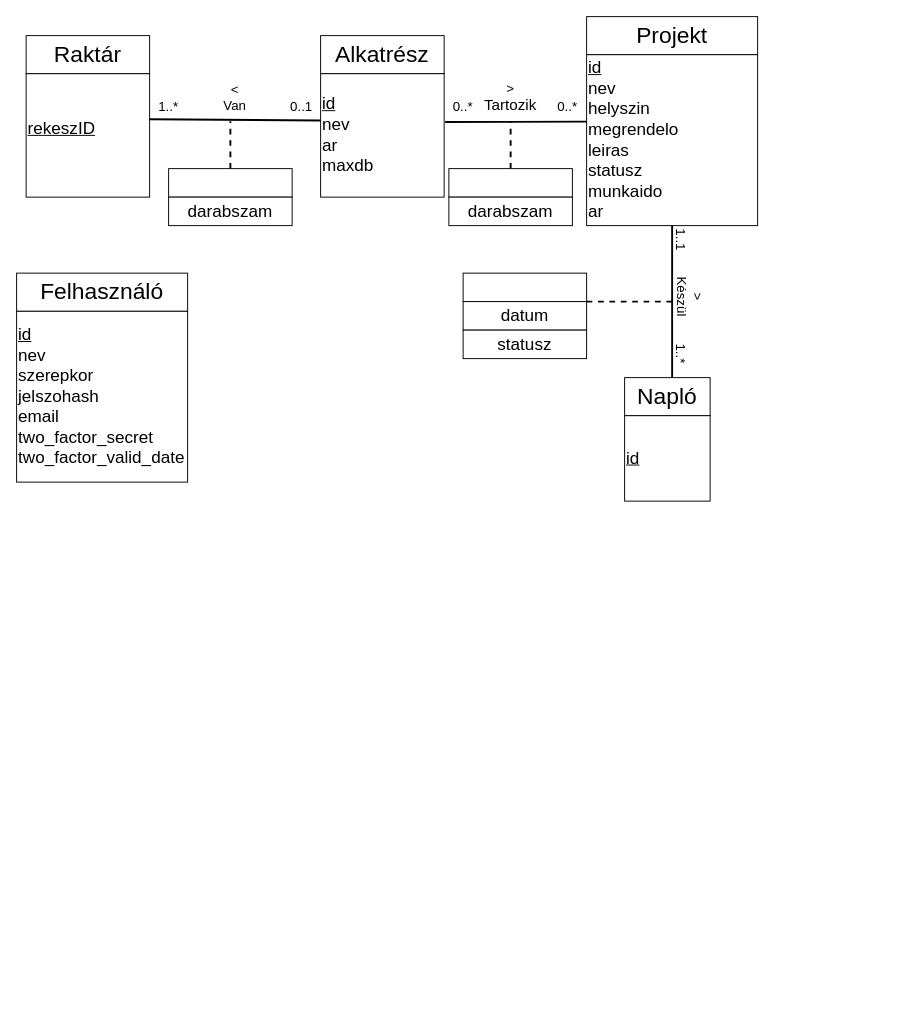
This is Documentation/ermodell.drawio from Sztoner/Beadando2026, a draw.io file, before an edit. Source tidied: cells renumbered, new cells numbered last; positions are measured from the earlier drawing's top-left corner, leaving out a move shared by most shapes. Both pictures are drawn from the tidied source at 95%, with x=0, y=0 at pixel (16, 16).
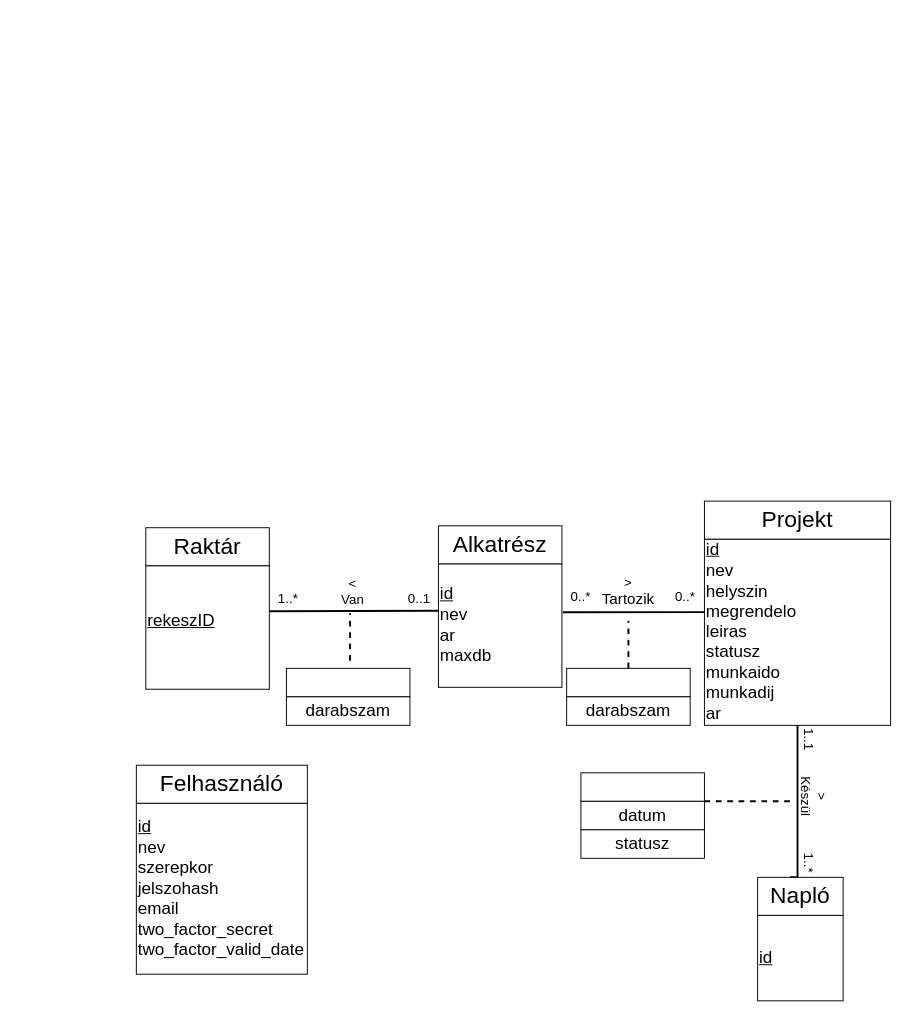
The same diagram, later.

Change to the diagram source:
```diff
@@
     <mxCell id="2" value="&lt;span style=&quot;font-size: 18px;&quot;&gt;&lt;u&gt;rekeszID&lt;/u&gt;&lt;/span&gt;&lt;div&gt;&lt;br&gt;&lt;/div&gt;" style="whiteSpace=wrap;html=1;align=left;" parent="1" vertex="1">
-      <mxGeometry x="10" y="60" width="130" height="130" as="geometry" />
+      <mxGeometry x="136" y="578" width="130" height="130" as="geometry" />
     </mxCell>
     <mxCell id="3" value="&lt;font style=&quot;font-size: 24px;&quot;&gt;Raktár&lt;/font&gt;" style="rounded=0;whiteSpace=wrap;html=1;" parent="1" vertex="1">
-      <mxGeometry x="10" y="20" width="130" height="40" as="geometry" />
+      <mxGeometry x="136" y="538" width="130" height="40" as="geometry" />
     </mxCell>
     <mxCell id="4" value="&lt;div&gt;&lt;span style=&quot;font-size: 18px;&quot;&gt;&lt;u&gt;id&lt;/u&gt;&lt;/span&gt;&lt;/div&gt;&lt;div&gt;&lt;span style=&quot;font-size: 18px;&quot;&gt;nev&lt;/span&gt;&lt;/div&gt;&lt;div&gt;&lt;span style=&quot;font-size: 18px;&quot;&gt;ar&lt;/span&gt;&lt;/div&gt;&lt;div&gt;&lt;span style=&quot;font-size: 18px;&quot;&gt;maxdb&lt;/span&gt;&lt;/div&gt;" style="whiteSpace=wrap;html=1;align=left;" parent="1" vertex="1">
-      <mxGeometry x="320" y="60" width="130" height="130" as="geometry" />
+      <mxGeometry x="444" y="576" width="130" height="130" as="geometry" />
     </mxCell>
     <mxCell id="5" value="&lt;font style=&quot;font-size: 24px;&quot;&gt;Alkatrész&lt;/font&gt;" style="rounded=0;whiteSpace=wrap;html=1;" parent="1" vertex="1">
-      <mxGeometry x="320" y="20" width="130" height="40" as="geometry" />
+      <mxGeometry x="444" y="536" width="130" height="40" as="geometry" />
     </mxCell>
-    <mxCell id="6" value="&lt;div&gt;&lt;span style=&quot;font-size: 18px;&quot;&gt;&lt;u&gt;id&lt;/u&gt;&lt;/span&gt;&lt;/div&gt;&lt;div&gt;&lt;span style=&quot;font-size: 18px;&quot;&gt;nev&lt;/span&gt;&lt;/div&gt;&lt;div&gt;&lt;span style=&quot;font-size: 18px;&quot;&gt;helyszin&lt;/span&gt;&lt;/div&gt;&lt;div&gt;&lt;span style=&quot;font-size: 18px;&quot;&gt;megrendelo&lt;/span&gt;&lt;/div&gt;&lt;div&gt;&lt;span style=&quot;font-size: 18px;&quot;&gt;leiras&lt;/span&gt;&lt;/div&gt;&lt;div&gt;&lt;span style=&quot;font-size: 18px;&quot;&gt;statusz&lt;/span&gt;&lt;/div&gt;&lt;div&gt;&lt;span style=&quot;font-size: 18px;&quot;&gt;munkaido&lt;/span&gt;&lt;/div&gt;&lt;div&gt;&lt;span style=&quot;font-size: 18px;&quot;&gt;ar&lt;/span&gt;&lt;/div&gt;" style="whiteSpace=wrap;html=1;align=left;" parent="1" vertex="1">
-      <mxGeometry x="600" y="40" width="180" height="180" as="geometry" />
-    </mxCell>
+    <mxCell id="34" value="&lt;div&gt;&lt;span style=&quot;font-size: 18px;&quot;&gt;&lt;u&gt;id&lt;/u&gt;&lt;/span&gt;&lt;/div&gt;&lt;div&gt;&lt;span style=&quot;font-size: 18px;&quot;&gt;nev&lt;/span&gt;&lt;/div&gt;&lt;div&gt;&lt;span style=&quot;font-size: 18px;&quot;&gt;helyszin&lt;/span&gt;&lt;/div&gt;&lt;div&gt;&lt;span style=&quot;font-size: 18px;&quot;&gt;megrendelo&lt;/span&gt;&lt;/div&gt;&lt;div&gt;&lt;span style=&quot;font-size: 18px;&quot;&gt;leiras&lt;/span&gt;&lt;/div&gt;&lt;div&gt;&lt;span style=&quot;font-size: 18px;&quot;&gt;statusz&lt;/span&gt;&lt;/div&gt;&lt;div&gt;&lt;span style=&quot;font-size: 18px;&quot;&gt;munkaido&lt;/span&gt;&lt;/div&gt;&lt;div&gt;&lt;span style=&quot;font-size: 18px;&quot;&gt;munkadij&lt;/span&gt;&lt;/div&gt;&lt;div&gt;&lt;span style=&quot;font-size: 18px;&quot;&gt;ar&lt;/span&gt;&lt;/div&gt;" style="whiteSpace=wrap;html=1;align=left;" parent="1" vertex="1">
+      <mxGeometry x="724" y="550" width="196" height="196" as="geometry" />
+    </mxCell>
     <mxCell id="7" value="&lt;span style=&quot;font-size: 24px;&quot;&gt;Projekt&lt;/span&gt;" style="rounded=0;whiteSpace=wrap;html=1;" parent="1" vertex="1">
-      <mxGeometry x="600" width="180" height="40" as="geometry" />
+      <mxGeometry x="724" y="510" width="196" height="40" as="geometry" />
     </mxCell>
@@
     <mxCell id="9" value="&lt;span style=&quot;font-size: 14px;&quot;&gt;&amp;lt;&lt;/span&gt;&lt;div&gt;&lt;span style=&quot;font-size: 14px;&quot;&gt;Van&lt;/span&gt;&lt;/div&gt;" style="text;html=1;align=center;verticalAlign=middle;whiteSpace=wrap;rounded=0;" parent="1" vertex="1">
-      <mxGeometry x="200" y="70" width="60" height="30" as="geometry" />
+      <mxGeometry x="324" y="590" width="60" height="30" as="geometry" />
     </mxCell>
     <mxCell id="10" value="&lt;span style=&quot;font-size: 14px;&quot;&gt;0..1&lt;/span&gt;" style="text;html=1;align=center;verticalAlign=middle;whiteSpace=wrap;rounded=0;" parent="1" vertex="1">
-      <mxGeometry x="270" y="80" width="60" height="30" as="geometry" />
+      <mxGeometry x="394" y="598" width="60" height="30" as="geometry" />
     </mxCell>
     <mxCell id="11" value="&lt;font style=&quot;font-size: 14px;&quot;&gt;1..*&lt;/font&gt;" style="text;html=1;align=center;verticalAlign=middle;whiteSpace=wrap;rounded=0;" parent="1" vertex="1">
-      <mxGeometry x="130" y="80" width="60" height="30" as="geometry" />
+      <mxGeometry x="256" y="598" width="60" height="30" as="geometry" />
     </mxCell>
-    <mxCell id="12" style="endArrow=none;html=1;rounded=0;entryX=0;entryY=0.392;entryDx=0;entryDy=0;entryPerimeter=0;exitX=1.008;exitY=0.392;exitDx=0;exitDy=0;exitPerimeter=0;strokeWidth=2;" parent="1" edge="1" source="4" target="6">
-      <mxGeometry relative="1" as="geometry" />
-    </mxCell>
+    <mxCell id="35" style="endArrow=none;html=1;rounded=0;entryX=0;entryY=0.392;entryDx=0;entryDy=0;entryPerimeter=0;exitX=1.008;exitY=0.392;exitDx=0;exitDy=0;exitPerimeter=0;strokeWidth=2;" parent="1" edge="1" source="4" target="34">
+      <mxGeometry relative="1" as="geometry" />
+    </mxCell>
     <mxCell id="13" value="&lt;font style=&quot;font-size: 14px;&quot;&gt;&amp;gt;&lt;/font&gt;&lt;div&gt;&lt;font size=&quot;3&quot;&gt;Tartozik&lt;/font&gt;&lt;/div&gt;" style="text;html=1;align=center;verticalAlign=middle;whiteSpace=wrap;rounded=0;" parent="1" vertex="1">
-      <mxGeometry x="490" y="70" width="60" height="30" as="geometry" />
+      <mxGeometry x="614" y="590" width="60" height="30" as="geometry" />
     </mxCell>
-    <mxCell id="14" value="&lt;font style=&quot;font-size: 14px;&quot;&gt;0..*&lt;/font&gt;" style="text;html=1;align=center;verticalAlign=middle;whiteSpace=wrap;rounded=0;" parent="1" vertex="1">
-      <mxGeometry x="550" y="80" width="60" height="30" as="geometry" />
-    </mxCell>
-    <mxCell id="15" value="&lt;font style=&quot;font-size: 14px;&quot;&gt;0..*&lt;/font&gt;" style="text;html=1;align=center;verticalAlign=middle;whiteSpace=wrap;rounded=0;" parent="1" vertex="1">
-      <mxGeometry x="440" y="80" width="60" height="30" as="geometry" />
-    </mxCell>
-    <mxCell id="16" style="endArrow=none;dashed=1;html=1;rounded=0;strokeWidth=2;exitX=0.5;exitY=0;exitDx=0;exitDy=0;" parent="1" edge="1" source="17">
-      <mxGeometry relative="1" as="geometry">
-        <mxPoint x="520" y="110" as="targetPoint" />
-      </mxGeometry>
-    </mxCell>
-    <mxCell id="17" style="rounded=0;whiteSpace=wrap;html=1;" parent="1" vertex="1">
-      <mxGeometry x="455" y="160" width="130" height="30" as="geometry" />
-    </mxCell>
-    <mxCell id="18" value="&lt;font style=&quot;font-size: 18px;&quot;&gt;darabszam&lt;/font&gt;" style="rounded=0;whiteSpace=wrap;html=1;" parent="1" vertex="1">
-      <mxGeometry x="455" y="190" width="130" height="30" as="geometry" />
-    </mxCell>
-    <mxCell id="19" style="endArrow=none;dashed=1;html=1;rounded=0;strokeWidth=2;exitX=0.5;exitY=0;exitDx=0;exitDy=0;" parent="1" edge="1" source="20">
-      <mxGeometry relative="1" as="geometry">
-        <mxPoint x="225" y="110" as="targetPoint" />
-      </mxGeometry>
-    </mxCell>
-    <mxCell id="20" style="rounded=0;whiteSpace=wrap;html=1;" parent="1" vertex="1">
-      <mxGeometry x="160" y="160" width="130" height="30" as="geometry" />
-    </mxCell>
-    <mxCell id="21" value="&lt;font style=&quot;font-size: 18px;&quot;&gt;darabszam&lt;/font&gt;" style="rounded=0;whiteSpace=wrap;html=1;" parent="1" vertex="1">
-      <mxGeometry x="160" y="190" width="130" height="30" as="geometry" />
-    </mxCell>
-    <mxCell id="22" style="endArrow=none;html=1;rounded=0;entryX=0.5;entryY=1;entryDx=0;entryDy=0;strokeWidth=2;" parent="1" edge="1" target="6">
-      <mxGeometry relative="1" as="geometry">
-        <mxPoint x="690" y="380" as="sourcePoint" />
-      </mxGeometry>
-    </mxCell>
+    <mxCell id="36" value="&lt;font style=&quot;font-size: 14px;&quot;&gt;0..*&lt;/font&gt;" style="text;html=1;align=center;verticalAlign=middle;whiteSpace=wrap;rounded=0;" parent="1" vertex="1">
+      <mxGeometry x="674" y="596" width="60" height="30" as="geometry" />
+    </mxCell>
+    <mxCell id="37" value="&lt;font style=&quot;font-size: 14px;&quot;&gt;0..*&lt;/font&gt;" style="text;html=1;align=center;verticalAlign=middle;whiteSpace=wrap;rounded=0;" parent="1" vertex="1">
+      <mxGeometry x="564" y="596" width="60" height="30" as="geometry" />
+    </mxCell>
+    <mxCell id="38" style="endArrow=none;dashed=1;html=1;rounded=0;strokeWidth=2;exitX=0.5;exitY=0;exitDx=0;exitDy=0;" parent="1" edge="1" source="39">
+      <mxGeometry relative="1" as="geometry">
+        <mxPoint x="644" y="636" as="targetPoint" />
+      </mxGeometry>
+    </mxCell>
+    <mxCell id="39" style="rounded=0;whiteSpace=wrap;html=1;" parent="1" vertex="1">
+      <mxGeometry x="579" y="686" width="130" height="30" as="geometry" />
+    </mxCell>
+    <mxCell id="40" value="&lt;font style=&quot;font-size: 18px;&quot;&gt;darabszam&lt;/font&gt;" style="rounded=0;whiteSpace=wrap;html=1;" parent="1" vertex="1">
+      <mxGeometry x="579" y="716" width="130" height="30" as="geometry" />
+    </mxCell>
+    <mxCell id="41" style="endArrow=none;dashed=1;html=1;rounded=0;strokeWidth=2;exitX=0.5;exitY=0;exitDx=0;exitDy=0;" parent="1" edge="1">
+      <mxGeometry relative="1" as="geometry">
+        <mxPoint x="351" y="678" as="sourcePoint" />
+        <mxPoint x="351" y="628" as="targetPoint" />
+      </mxGeometry>
+    </mxCell>
+    <mxCell id="42" style="rounded=0;whiteSpace=wrap;html=1;" parent="1" vertex="1">
+      <mxGeometry x="284" y="686" width="130" height="30" as="geometry" />
+    </mxCell>
+    <mxCell id="43" value="&lt;font style=&quot;font-size: 18px;&quot;&gt;darabszam&lt;/font&gt;" style="rounded=0;whiteSpace=wrap;html=1;" parent="1" vertex="1">
+      <mxGeometry x="284" y="716" width="130" height="30" as="geometry" />
+    </mxCell>
+    <mxCell id="44" style="endArrow=none;html=1;rounded=0;entryX=0.5;entryY=1;entryDx=0;entryDy=0;strokeWidth=2;" parent="1" edge="1" target="34">
+      <mxGeometry relative="1" as="geometry">
+        <mxPoint x="814" y="906" as="sourcePoint" />
+        <Array as="points">
+          <mxPoint x="822" y="906" />
+        </Array>
+      </mxGeometry>
+    </mxCell>
     <mxCell id="23" value="&lt;div&gt;&lt;span style=&quot;font-size: 14px;&quot;&gt;&amp;gt;&lt;/span&gt;&lt;/div&gt;&lt;span style=&quot;font-size: 14px;&quot;&gt;Készül&lt;/span&gt;" style="text;html=1;align=center;verticalAlign=middle;whiteSpace=wrap;rounded=0;rotation=90;" parent="1" vertex="1">
-      <mxGeometry x="680" y="280" width="60" height="30" as="geometry" />
+      <mxGeometry x="810" y="806" width="60" height="30" as="geometry" />
     </mxCell>
     <mxCell id="24" value="&lt;span style=&quot;font-size: 14px;&quot;&gt;1..*&lt;/span&gt;" style="text;html=1;align=center;verticalAlign=middle;whiteSpace=wrap;rounded=0;rotation=90;" parent="1" vertex="1">
-      <mxGeometry x="670" y="340" width="60" height="30" as="geometry" />
+      <mxGeometry x="804" y="876" width="60" height="30" as="geometry" />
     </mxCell>
     <mxCell id="25" value="&lt;font style=&quot;font-size: 14px;&quot;&gt;1..1&lt;/font&gt;" style="text;html=1;align=center;verticalAlign=middle;whiteSpace=wrap;rounded=0;rotation=90;" parent="1" vertex="1">
-      <mxGeometry x="670" y="220" width="60" height="30" as="geometry" />
+      <mxGeometry x="804" y="746" width="60" height="30" as="geometry" />
     </mxCell>
     <mxCell id="26" value="&lt;span style=&quot;font-size: 18px;&quot;&gt;&lt;u&gt;id&lt;/u&gt;&lt;/span&gt;" style="whiteSpace=wrap;html=1;align=left;" parent="1" vertex="1">
-      <mxGeometry x="640" y="420" width="90" height="90" as="geometry" />
+      <mxGeometry x="780" y="946" width="90" height="90" as="geometry" />
     </mxCell>
     <mxCell id="27" value="&lt;span style=&quot;font-size: 24px;&quot;&gt;Napló&lt;/span&gt;" style="rounded=0;whiteSpace=wrap;html=1;" parent="1" vertex="1">
-      <mxGeometry x="640" y="380" width="90" height="40" as="geometry" />
+      <mxGeometry x="780" y="906" width="90" height="40" as="geometry" />
     </mxCell>
-    <mxCell id="28" style="endArrow=none;dashed=1;html=1;rounded=0;strokeWidth=2;exitX=1;exitY=0;exitDx=0;exitDy=0;" parent="1" edge="1" source="30">
-      <mxGeometry relative="1" as="geometry">
-        <mxPoint x="690" y="300" as="targetPoint" />
-      </mxGeometry>
-    </mxCell>
-    <mxCell id="29" style="rounded=0;whiteSpace=wrap;html=1;" parent="1" vertex="1">
-      <mxGeometry x="470" y="270" width="130" height="30" as="geometry" />
-    </mxCell>
+    <mxCell id="45" style="endArrow=none;dashed=1;html=1;rounded=0;strokeWidth=2;exitX=1;exitY=0;exitDx=0;exitDy=0;" parent="1" edge="1" source="30">
+      <mxGeometry relative="1" as="geometry">
+        <mxPoint x="814" y="826" as="targetPoint" />
+      </mxGeometry>
+    </mxCell>
+    <mxCell id="46" style="rounded=0;whiteSpace=wrap;html=1;" parent="1" vertex="1">
+      <mxGeometry x="594" y="796" width="130" height="30" as="geometry" />
+    </mxCell>
     <mxCell id="30" value="&lt;font style=&quot;font-size: 18px;&quot;&gt;datum&lt;/font&gt;" style="rounded=0;whiteSpace=wrap;html=1;" parent="1" vertex="1">
-      <mxGeometry x="470" y="300" width="130" height="30" as="geometry" />
+      <mxGeometry x="594" y="826" width="130" height="30" as="geometry" />
     </mxCell>
     <mxCell id="31" value="&lt;span style=&quot;font-size: 18px;&quot;&gt;statusz&lt;/span&gt;" style="rounded=0;whiteSpace=wrap;html=1;" parent="1" vertex="1">
-      <mxGeometry x="470" y="330" width="130" height="30" as="geometry" />
+      <mxGeometry x="594" y="856" width="130" height="30" as="geometry" />
     </mxCell>
     <mxCell id="32" value="&lt;div&gt;&lt;span style=&quot;font-size: 18px;&quot;&gt;&lt;u&gt;id&lt;/u&gt;&lt;/span&gt;&lt;/div&gt;&lt;div&gt;&lt;span style=&quot;font-size: 18px;&quot;&gt;nev&lt;/span&gt;&lt;/div&gt;&lt;div&gt;&lt;span style=&quot;font-size: 18px;&quot;&gt;szerepkor&lt;/span&gt;&lt;/div&gt;&lt;div&gt;&lt;span style=&quot;font-size: 18px;&quot;&gt;jelszohash&lt;/span&gt;&lt;/div&gt;&lt;div&gt;&lt;span style=&quot;font-size: 18px;&quot;&gt;email&lt;/span&gt;&lt;/div&gt;&lt;div&gt;&lt;span style=&quot;font-size: 18px;&quot;&gt;two_factor_secret&lt;/span&gt;&lt;/div&gt;&lt;div&gt;&lt;span style=&quot;font-size: 18px;&quot;&gt;two_factor_valid_date&lt;/span&gt;&lt;/div&gt;" style="whiteSpace=wrap;html=1;align=left;" parent="1" vertex="1">
-      <mxGeometry y="310" width="180" height="180" as="geometry" />
+      <mxGeometry x="126" y="828" width="180" height="180" as="geometry" />
     </mxCell>
     <mxCell id="33" value="&lt;span style=&quot;font-size: 24px;&quot;&gt;Felhasználó&lt;/span&gt;" style="rounded=0;whiteSpace=wrap;html=1;" parent="1" vertex="1">
-      <mxGeometry y="270" width="180" height="40" as="geometry" />
+      <mxGeometry x="126" y="788" width="180" height="40" as="geometry" />
     </mxCell>
```
